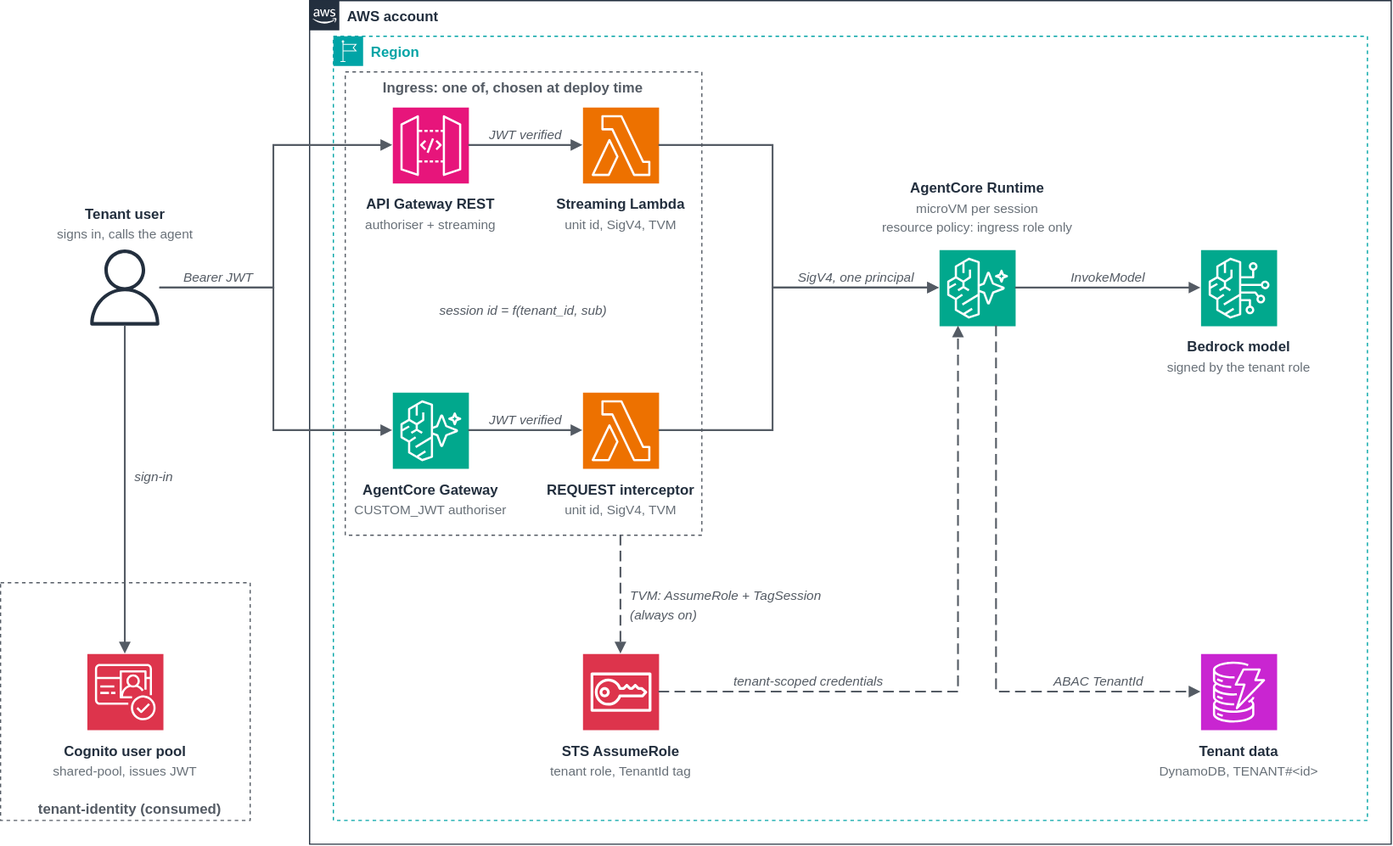
aws-samples/sample-agentic-ai-acceleration-patterns keeps this draw.io diagram as samples/agentic-runtime-isolation/diagrams/runtime-isolation.drawio.svg. Above is the earlier version. Source tidied: cells renumbered, new cells last; positions are measured from the earlier drawing's top-left corner, leaving out a move shared by most shapes.
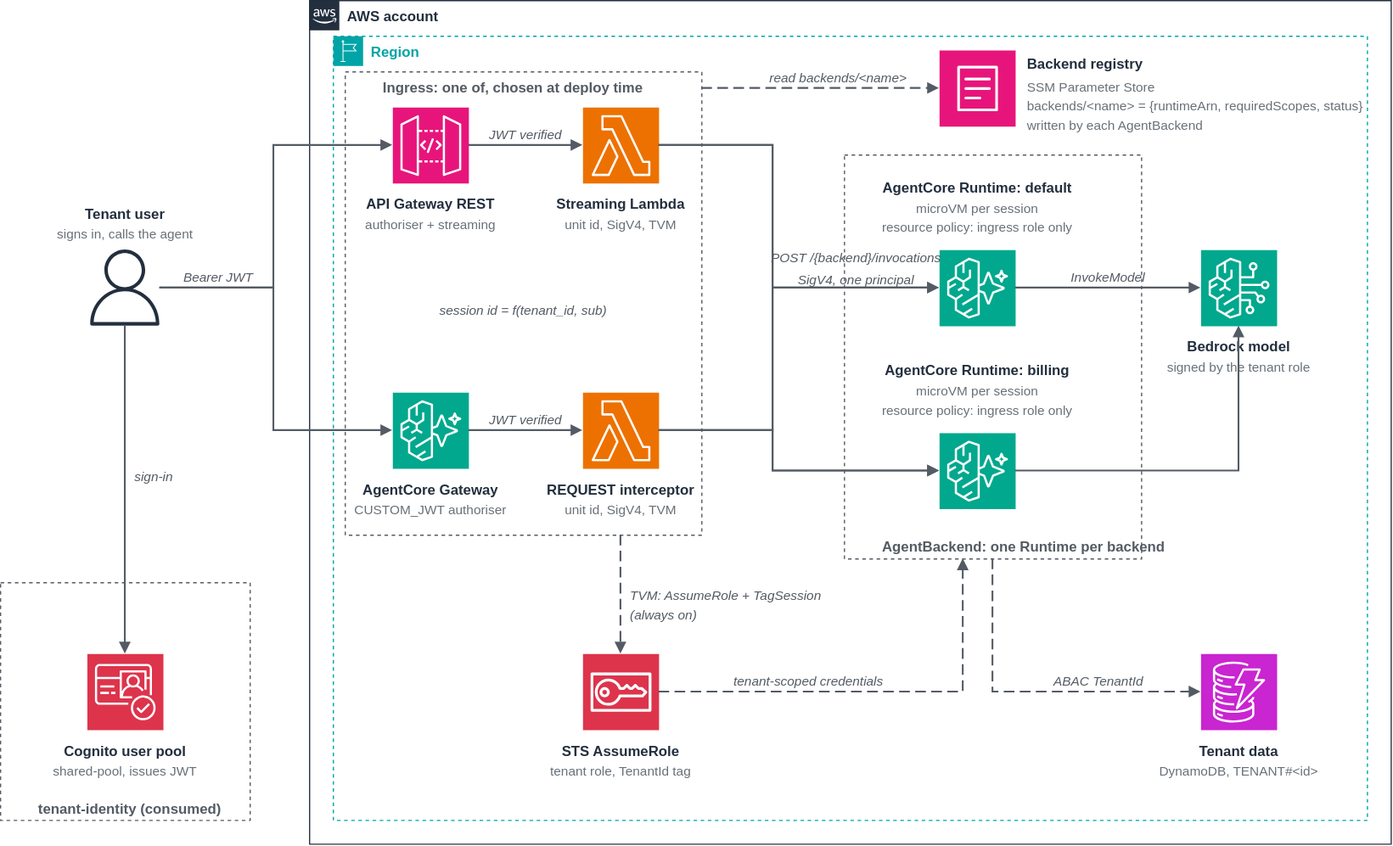
After the commit.

Diff of the diagram source:
```diff
@@ -74,8 +74,8 @@
     <mxCell id="25" style="sketch=0;outlineConnect=0;fontColor=#232F3E;fillColor=#01A88D;strokeColor=#ffffff;dashed=0;html=0;fontSize=11;fontStyle=0;noLabel=1;shape=mxgraph.aws4.resourceIcon;resIcon=mxgraph.aws4.bedrock_agentcore;" parent="1" vertex="1">
       <mxGeometry x="790" y="210" width="64" height="64" as="geometry" />
     </mxCell>
-    <mxCell id="26" value="AgentCore Runtime" style="text;html=0;align=center;verticalAlign=top;fontSize=12;fontStyle=1;fontColor=#232F3E;spacing=0;spacingTop=0;" parent="1" vertex="1">
-      <mxGeometry x="754.5" y="146" width="135" height="18" as="geometry" />
+    <mxCell id="26" value="AgentCore Runtime: default" style="text;html=0;align=center;verticalAlign=top;fontSize=12;fontStyle=1;fontColor=#232F3E;spacing=0;spacingTop=0;" parent="1" vertex="1">
+      <mxGeometry x="737" y="146" width="170" height="18" as="geometry" />
     </mxCell>
     <mxCell id="27" value="microVM per session" style="text;html=0;align=center;verticalAlign=top;fontSize=11;fontStyle=0;fontColor=#687078;spacing=0;spacingTop=0;" parent="1" vertex="1">
       <mxGeometry x="759" y="164" width="126" height="16" as="geometry" />
@@ -163,9 +163,12 @@
         </Array>
       </mxGeometry>
     </mxCell>
-    <mxCell id="49" value="SigV4, one principal" style="text;html=0;align=center;verticalAlign=top;fontSize=11;fontStyle=2;fontColor=#545B64;spacing=0;spacingTop=0;" parent="1" vertex="1">
-      <mxGeometry x="654" y="222" width="132" height="16" as="geometry" />
+    <mxCell id="49" value="POST /{backend}/invocations" style="text;html=0;align=center;verticalAlign=top;fontSize=11;fontStyle=2;fontColor=#545B64;spacing=0;spacingTop=0;" parent="1" vertex="1">
+      <mxGeometry x="645" y="206" width="150" height="16" as="geometry" />
     </mxCell>
+    <mxCell id="59" value="SigV4, one principal" style="text;html=0;align=center;verticalAlign=top;fontSize=11;fontStyle=2;fontColor=#545B64;spacing=0;spacingTop=0;" parent="1" vertex="1">
+      <mxGeometry x="654" y="224" width="132" height="16" as="geometry" />
+    </mxCell>
     <mxCell id="50" style="edgeStyle=orthogonalEdgeStyle;rounded=0;html=0;strokeColor=#545B64;strokeWidth=1.5;endArrow=block;endFill=1;exitX=1;exitY=0.5;entryX=0;entryY=0.5;" parent="1" edge="1" source="25" target="29">
       <mxGeometry relative="1" as="geometry" />
     </mxCell>
@@ -181,25 +184,84 @@
     <mxCell id="54" value="(always on)" style="text;html=0;align=left;verticalAlign=top;fontSize=11;fontStyle=2;fontColor=#545B64;spacing=0;spacingTop=0;" parent="1" vertex="1">
       <mxGeometry x="530" y="506" width="70" height="16" as="geometry" />
     </mxCell>
-    <mxCell id="55" style="edgeStyle=orthogonalEdgeStyle;rounded=0;html=0;strokeColor=#545B64;strokeWidth=1.5;endArrow=block;endFill=1;exitX=1;exitY=0.5;entryX=0.25;entryY=1;dashed=1;dashPattern=6 3;" parent="1" edge="1" source="32" target="25">
+    <mxCell id="55" style="edgeStyle=orthogonalEdgeStyle;rounded=0;html=0;strokeColor=#545B64;strokeWidth=1.5;endArrow=block;endFill=1;exitX=1;exitY=0.5;entryX=0.4;entryY=1;dashed=1;dashPattern=6 3;" parent="1" edge="1" source="32" target="60">
       <mxGeometry relative="1" as="geometry">
         <Array as="points">
-          <mxPoint x="806" y="582" />
+          <mxPoint x="810" y="582" />
         </Array>
       </mxGeometry>
     </mxCell>
     <mxCell id="56" value="tenant-scoped credentials" style="text;html=0;align=center;verticalAlign=top;fontSize=11;fontStyle=2;fontColor=#545B64;spacing=0;spacingTop=0;" parent="1" vertex="1">
       <mxGeometry x="598.5" y="562" width="163" height="16" as="geometry" />
     </mxCell>
-    <mxCell id="57" style="edgeStyle=orthogonalEdgeStyle;rounded=0;html=0;strokeColor=#545B64;strokeWidth=1.5;endArrow=block;endFill=1;exitX=0.75;exitY=1;entryX=0;entryY=0.5;dashed=1;dashPattern=6 3;" parent="1" edge="1" source="25" target="35">
+    <mxCell id="57" style="edgeStyle=orthogonalEdgeStyle;rounded=0;html=0;strokeColor=#545B64;strokeWidth=1.5;endArrow=block;endFill=1;exitX=0.5;exitY=1;entryX=0;entryY=0.5;dashed=1;dashPattern=6 3;" parent="1" edge="1" source="60" target="35">
       <mxGeometry relative="1" as="geometry">
         <Array as="points">
-          <mxPoint x="838" y="582" />
+          <mxPoint x="835" y="582" />
         </Array>
       </mxGeometry>
     </mxCell>
     <mxCell id="58" value="ABAC TenantId" style="text;html=0;align=center;verticalAlign=top;fontSize=11;fontStyle=2;fontColor=#545B64;spacing=0;spacingTop=0;" parent="1" vertex="1">
       <mxGeometry x="879.5" y="562" width="89" height="16" as="geometry" />
     </mxCell>
+    <mxCell id="60" value="AgentBackend: one Runtime per backend" style="points=[[0,0],[0.25,0],[0.5,0],[0.75,0],[1,0],[1,0.25],[1,0.5],[1,0.75],[1,1],[0.75,1],[0.5,1],[0.25,1],[0,1],[0,0.75],[0,0.5],[0,0.25]];outlineConnect=0;gradientColor=none;html=0;fontSize=12;fontStyle=1;shape=mxgraph.aws4.group;grIcon=mxgraph.aws4.group;strokeColor=#545B64;fillColor=none;verticalAlign=bottom;align=left;spacingLeft=30;fontColor=#545B64;dashed=1;" parent="1" vertex="1">
+      <mxGeometry x="710" y="130" width="250" height="340" as="geometry" />
+    </mxCell>
+    <mxCell id="61" style="sketch=0;outlineConnect=0;fontColor=#232F3E;fillColor=#01A88D;strokeColor=#ffffff;dashed=0;html=0;fontSize=11;fontStyle=0;noLabel=1;shape=mxgraph.aws4.resourceIcon;resIcon=mxgraph.aws4.bedrock_agentcore;" parent="1" vertex="1">
+      <mxGeometry x="790" y="364" width="64" height="64" as="geometry" />
+    </mxCell>
+    <mxCell id="62" value="AgentCore Runtime: billing" style="text;html=0;align=center;verticalAlign=top;fontSize=12;fontStyle=1;fontColor=#232F3E;spacing=0;spacingTop=0;" parent="1" vertex="1">
+      <mxGeometry x="737" y="300" width="170" height="18" as="geometry" />
+    </mxCell>
+    <mxCell id="63" value="microVM per session" style="text;html=0;align=center;verticalAlign=top;fontSize=11;fontStyle=0;fontColor=#687078;spacing=0;spacingTop=0;" parent="1" vertex="1">
+      <mxGeometry x="759" y="318" width="126" height="16" as="geometry" />
+    </mxCell>
+    <mxCell id="64" value="resource policy: ingress role only" style="text;html=0;align=center;verticalAlign=top;fontSize=11;fontStyle=0;fontColor=#687078;spacing=0;spacingTop=0;" parent="1" vertex="1">
+      <mxGeometry x="713" y="334" width="218" height="16" as="geometry" />
+    </mxCell>
+    <mxCell id="65" style="edgeStyle=orthogonalEdgeStyle;rounded=0;html=0;strokeColor=#545B64;strokeWidth=1.5;endArrow=block;endFill=1;exitX=1;exitY=0.5;entryX=0;entryY=0.5;" parent="1" edge="1" source="15" target="61">
+      <mxGeometry relative="1" as="geometry">
+        <Array as="points">
+          <mxPoint x="650" y="122" />
+          <mxPoint x="650" y="396" />
+        </Array>
+      </mxGeometry>
+    </mxCell>
+    <mxCell id="66" style="edgeStyle=orthogonalEdgeStyle;rounded=0;html=0;strokeColor=#545B64;strokeWidth=1.5;endArrow=block;endFill=1;exitX=1;exitY=0.5;entryX=0;entryY=0.5;" parent="1" edge="1" source="21" target="61">
+      <mxGeometry relative="1" as="geometry">
+        <Array as="points">
+          <mxPoint x="650" y="362" />
+          <mxPoint x="650" y="396" />
+        </Array>
+      </mxGeometry>
+    </mxCell>
+    <mxCell id="67" style="edgeStyle=orthogonalEdgeStyle;rounded=0;html=0;strokeColor=#545B64;strokeWidth=1.5;endArrow=block;endFill=1;exitX=1;exitY=0.5;entryX=0.5;entryY=1;" parent="1" edge="1" source="61" target="29">
+      <mxGeometry relative="1" as="geometry">
+        <Array as="points">
+          <mxPoint x="1042" y="396" />
+        </Array>
+      </mxGeometry>
+    </mxCell>
+    <mxCell id="68" style="sketch=0;outlineConnect=0;fontColor=#232F3E;fillColor=#E7157B;strokeColor=#ffffff;dashed=0;html=0;fontSize=11;fontStyle=0;noLabel=1;shape=mxgraph.aws4.resourceIcon;resIcon=mxgraph.aws4.systems_manager_parameter_store;" parent="1" vertex="1">
+      <mxGeometry x="790" y="42" width="64" height="64" as="geometry" />
+    </mxCell>
+    <mxCell id="69" value="Backend registry" style="text;html=0;align=left;verticalAlign=top;fontSize=12;fontStyle=1;fontColor=#232F3E;spacing=0;spacingTop=0;" parent="1" vertex="1">
+      <mxGeometry x="862" y="44" width="200" height="18" as="geometry" />
+    </mxCell>
+    <mxCell id="70" value="SSM Parameter Store" style="text;html=0;align=left;verticalAlign=top;fontSize=11;fontStyle=0;fontColor=#687078;spacing=0;spacingTop=0;" parent="1" vertex="1">
+      <mxGeometry x="862" y="62" width="200" height="16" as="geometry" />
+    </mxCell>
+    <mxCell id="71" value="backends/&lt;name&gt; = {runtimeArn, requiredScopes, status}" style="text;html=0;align=left;verticalAlign=top;fontSize=11;fontStyle=0;fontColor=#687078;spacing=0;spacingTop=0;" parent="1" vertex="1">
+      <mxGeometry x="862" y="78" width="280" height="16" as="geometry" />
+    </mxCell>
+    <mxCell id="72" value="written by each AgentBackend" style="text;html=0;align=left;verticalAlign=top;fontSize=11;fontStyle=0;fontColor=#687078;spacing=0;spacingTop=0;" parent="1" vertex="1">
+      <mxGeometry x="862" y="94" width="200" height="16" as="geometry" />
+    </mxCell>
+    <mxCell id="73" style="edgeStyle=orthogonalEdgeStyle;rounded=0;html=0;strokeColor=#545B64;strokeWidth=1.5;endArrow=block;endFill=1;exitX=1;exitY=0.0359;entryX=0;entryY=0.5;dashed=1;dashPattern=6 3;" parent="1" edge="1" source="4" target="68">
+      <mxGeometry relative="1" as="geometry" />
+    </mxCell>
+    <mxCell id="74" value="read backends/&lt;name&gt;" style="text;html=0;align=center;verticalAlign=top;fontSize=11;fontStyle=2;fontColor=#545B64;spacing=0;spacingTop=0;" parent="1" vertex="1">
+      <mxGeometry x="630" y="54" width="150" height="16" as="geometry" />
+    </mxCell>
   </root>
 </mxGraphModel>
```
